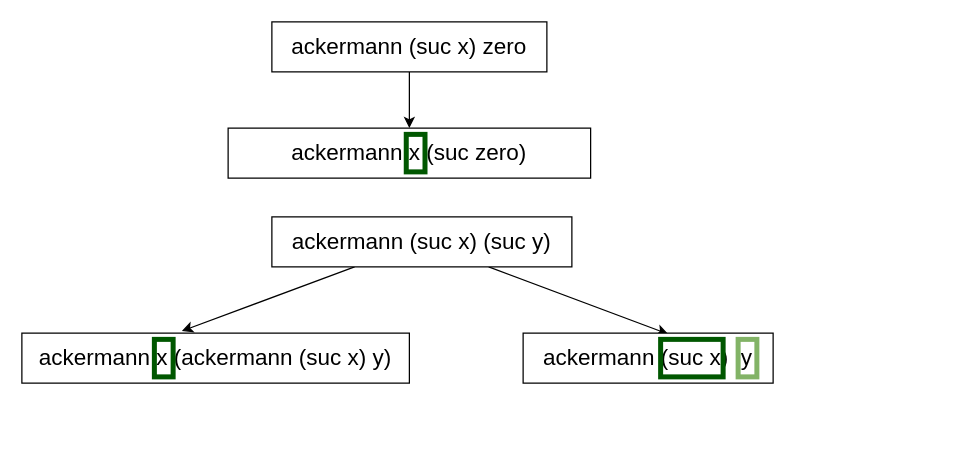
Earlier version of the draw.io diagram slide/ackermann.drawio (lengyijun/MergeSort). Source tidied: cells renumbered, new cells numbered last; positions are measured from the earlier drawing's top-left corner, leaving out a move shared by most shapes. Both pictures are drawn from the tidied source at 125%, with x=0, y=0 at pixel (21, 21).
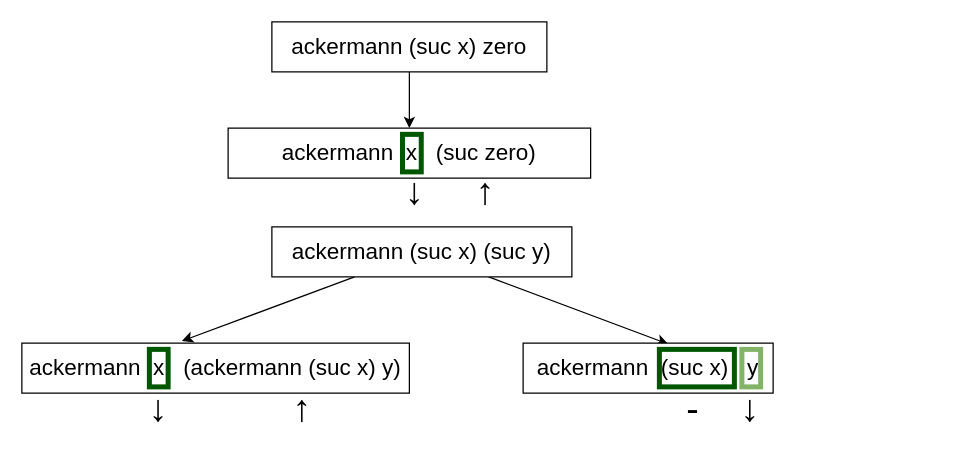
After the change.

Diff of the diagram source:
```diff
@@
 <mxGraphModel>
   <root>
     <mxCell id="0" />
     <mxCell id="1" parent="0" />
     <mxCell id="2" style="rounded=0;jettySize=auto;html=1;entryX=0.413;entryY=-0.042;entryDx=0;entryDy=0;entryPerimeter=0;fontSize=18;" parent="1" edge="1" source="4" target="5">
       <mxGeometry relative="1" as="geometry" />
     </mxCell>
     <mxCell id="3" style="edgeStyle=none;rounded=0;jettySize=auto;html=1;entryX=0.58;entryY=0.018;entryDx=0;entryDy=0;entryPerimeter=0;fontSize=18;" parent="1" edge="1" source="4" target="6">
       <mxGeometry relative="1" as="geometry" />
     </mxCell>
     <mxCell id="4" value="ackermann (suc x) (suc y)" style="rounded=0;whiteSpace=wrap;html=1;fontSize=18;" parent="1" vertex="1">
-      <mxGeometry x="200" y="156" width="240" height="40" as="geometry" />
+      <mxGeometry x="200" y="164" width="240" height="40" as="geometry" />
     </mxCell>
-    <mxCell id="5" value="ackermann x (ackermann (suc x) y)" style="rounded=0;whiteSpace=wrap;html=1;fontSize=18;" parent="1" vertex="1">
-      <mxGeometry y="249" width="310" height="40" as="geometry" />
+    <mxCell id="5" value="ackermann&amp;nbsp; x&amp;nbsp; &amp;nbsp;(ackermann (suc x) y)" style="rounded=0;whiteSpace=wrap;html=1;fontSize=18;" parent="1" vertex="1">
+      <mxGeometry y="257" width="310" height="40" as="geometry" />
     </mxCell>
-    <mxCell id="6" value="ackermann (suc x)&amp;nbsp; y" style="rounded=0;whiteSpace=wrap;html=1;fontSize=18;" parent="1" vertex="1">
-      <mxGeometry x="401" y="249" width="200" height="40" as="geometry" />
+    <mxCell id="6" value="ackermann&amp;nbsp; (suc x)&amp;nbsp; &amp;nbsp;y" style="rounded=0;whiteSpace=wrap;html=1;fontSize=18;" parent="1" vertex="1">
+      <mxGeometry x="401" y="257" width="200" height="40" as="geometry" />
     </mxCell>
     <mxCell id="7" style="edgeStyle=orthogonalEdgeStyle;rounded=0;jettySize=auto;html=1;" parent="1" edge="1" source="8" target="9">
       <mxGeometry relative="1" as="geometry" />
     </mxCell>
     <mxCell id="8" value="ackermann (suc x) zero" style="rounded=0;whiteSpace=wrap;html=1;fontSize=18;" parent="1" vertex="1">
       <mxGeometry x="200" width="220" height="40" as="geometry" />
     </mxCell>
-    <mxCell id="9" value="ackermann x (suc zero)" style="rounded=0;whiteSpace=wrap;html=1;fontSize=18;" parent="1" vertex="1">
+    <mxCell id="9" value="ackermann&amp;nbsp; x&amp;nbsp; &amp;nbsp;(suc zero)" style="rounded=0;whiteSpace=wrap;html=1;fontSize=18;" parent="1" vertex="1">
       <mxGeometry x="165" y="85" width="290" height="40" as="geometry" />
     </mxCell>
     <mxCell id="10" style="rounded=0;whiteSpace=wrap;html=1;strokeWidth=4;strokeColor=#005700;fillColor=none;fontColor=#ffffff;" parent="1" vertex="1">
-      <mxGeometry x="106" y="254" width="15" height="30" as="geometry" />
+      <mxGeometry x="102" y="262" width="15" height="30" as="geometry" />
     </mxCell>
     <mxCell id="11" style="rounded=0;whiteSpace=wrap;html=1;strokeWidth=4;strokeColor=#82b366;fillColor=none;" parent="1" vertex="1">
-      <mxGeometry x="573" y="254" width="15" height="30" as="geometry" />
+      <mxGeometry x="576" y="262" width="15" height="30" as="geometry" />
     </mxCell>
     <mxCell id="12" style="rounded=0;whiteSpace=wrap;html=1;strokeWidth=4;strokeColor=#005700;fillColor=none;fontColor=#ffffff;" parent="1" vertex="1">
-      <mxGeometry x="307.5" y="90" width="15" height="30" as="geometry" />
+      <mxGeometry x="304.5" y="90" width="15" height="30" as="geometry" />
     </mxCell>
     <mxCell id="13" style="rounded=0;whiteSpace=wrap;html=1;strokeWidth=4;strokeColor=#005700;fillColor=none;fontColor=#ffffff;" parent="1" vertex="1">
-      <mxGeometry x="511" y="254" width="50" height="30" as="geometry" />
+      <mxGeometry x="510" y="262" width="60" height="30" as="geometry" />
     </mxCell>
+    <mxCell id="14" value="↓&amp;nbsp; &amp;nbsp; &amp;nbsp; &amp;nbsp; &amp;nbsp; &amp;nbsp; ↑" style="text;html=1;strokeColor=none;fillColor=none;align=left;verticalAlign=middle;whiteSpace=wrap;rounded=0;fontSize=30;" parent="1" vertex="1">
+      <mxGeometry x="100" y="294" width="210" height="30" as="geometry" />
+    </mxCell>
+    <mxCell id="15" value="-&amp;nbsp; &amp;nbsp; ↓" style="text;html=1;strokeColor=none;fillColor=none;align=left;verticalAlign=middle;whiteSpace=wrap;rounded=0;fontSize=30;" parent="1" vertex="1">
+      <mxGeometry x="530" y="294" width="210" height="30" as="geometry" />
+    </mxCell>
+    <mxCell id="16" value="↓&amp;nbsp; &amp;nbsp; &amp;nbsp;↑" style="text;html=1;strokeColor=none;fillColor=none;align=left;verticalAlign=middle;whiteSpace=wrap;rounded=0;fontSize=30;" parent="1" vertex="1">
+      <mxGeometry x="304.5" y="120" width="210" height="30" as="geometry" />
+    </mxCell>
   </root>
 </mxGraphModel>
```
